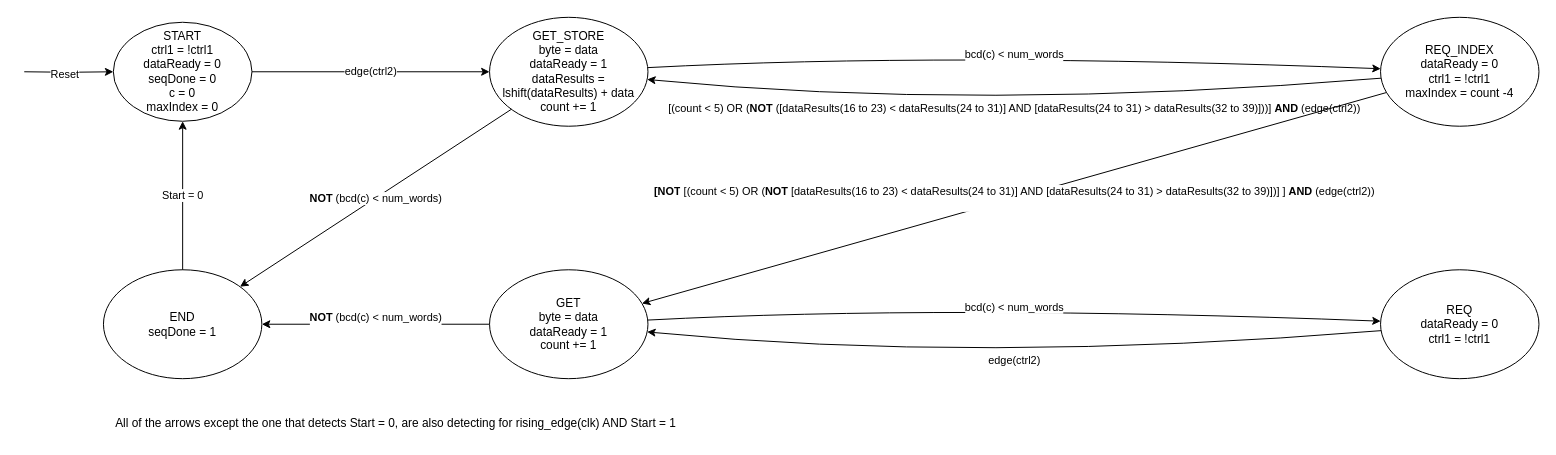
Above: Folder/FSM.drawio in OscarHdez103/DigProjFSM (draw.io), before the change. Source tidied: cells renumbered, new cells numbered last; positions are measured from the earlier drawing's top-left corner, leaving out a move shared by most shapes. Both pictures are drawn from the tidied source at 99%, with x=0, y=0 at pixel (24, 17).
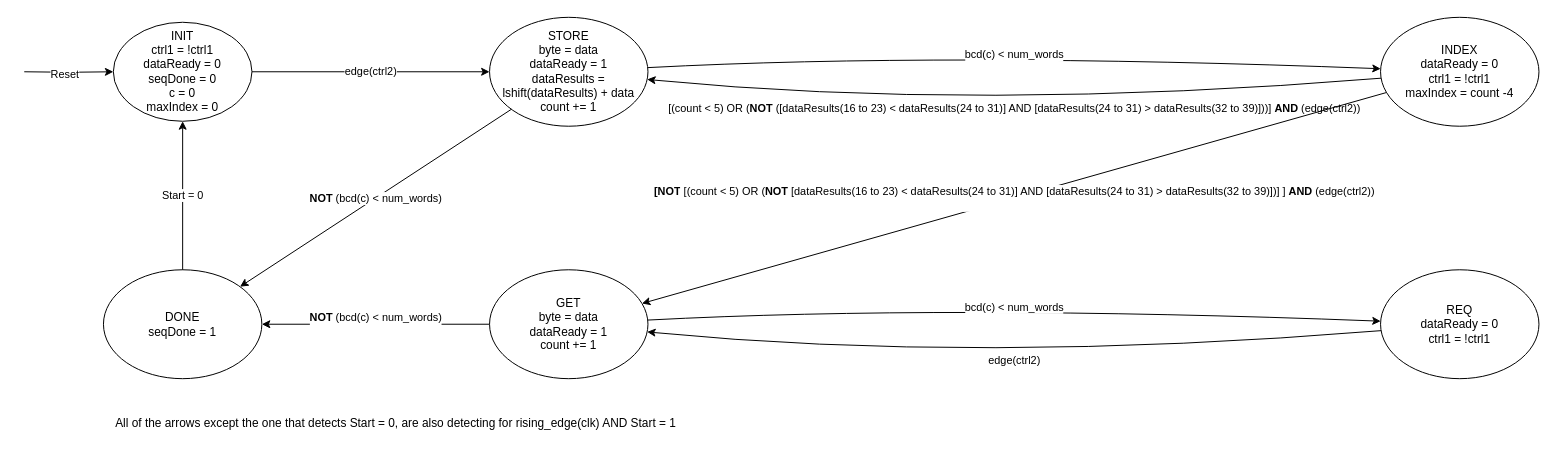
Above is the later version.

Commit message:
This is the lastest version!

What changed in the source:
```diff
@@
-    <mxCell id="3" value="START&lt;div&gt;ctrl1 = !ctrl1&lt;/div&gt;&lt;div&gt;dataReady = 0&lt;/div&gt;&lt;div&gt;seqDone = 0&lt;/div&gt;&lt;div&gt;c = 0&lt;/div&gt;&lt;div&gt;maxIndex = 0&lt;/div&gt;" style="ellipse;whiteSpace=wrap;html=1;" parent="1" vertex="1">
+    <mxCell id="3" value="INIT&lt;div&gt;ctrl1 = !ctrl1&lt;/div&gt;&lt;div&gt;dataReady = 0&lt;/div&gt;&lt;div&gt;seqDone = 0&lt;/div&gt;&lt;div&gt;c = 0&lt;/div&gt;&lt;div&gt;maxIndex = 0&lt;/div&gt;" style="ellipse;whiteSpace=wrap;html=1;" parent="1" vertex="1">
       <mxGeometry x="90" y="5" width="140" height="100" as="geometry" />
     </mxCell>
-    <mxCell id="4" value="&lt;div&gt;GET_STORE&lt;/div&gt;&lt;div&gt;byte = data&lt;/div&gt;&lt;div&gt;dataReady = 1&lt;/div&gt;&lt;div&gt;dataResults = lshift(dataResults) + data&lt;/div&gt;&lt;div&gt;count += 1&lt;/div&gt;" style="ellipse;whiteSpace=wrap;html=1;" parent="1" vertex="1">
+    <mxCell id="4" value="&lt;div&gt;STORE&lt;/div&gt;&lt;div&gt;byte = data&lt;/div&gt;&lt;div&gt;dataReady = 1&lt;/div&gt;&lt;div&gt;dataResults = lshift(dataResults) + data&lt;/div&gt;&lt;div&gt;count += 1&lt;/div&gt;" style="ellipse;whiteSpace=wrap;html=1;" parent="1" vertex="1">
       <mxGeometry x="470" width="160" height="110" as="geometry" />
     </mxCell>
-    <mxCell id="5" value="&lt;div&gt;REQ_INDEX&lt;/div&gt;&lt;div&gt;dataReady = 0&lt;/div&gt;&lt;div&gt;ctrl1 = !ctrl1&lt;/div&gt;&lt;div&gt;maxIndex = count -4&lt;/div&gt;" style="ellipse;whiteSpace=wrap;html=1;" parent="1" vertex="1">
+    <mxCell id="5" value="&lt;div&gt;&lt;span style=&quot;background-color: initial;&quot;&gt;INDEX&lt;/span&gt;&lt;/div&gt;&lt;div&gt;&lt;span style=&quot;background-color: initial;&quot;&gt;dataReady = 0&lt;/span&gt;&lt;br&gt;&lt;/div&gt;&lt;div&gt;ctrl1 = !ctrl1&lt;/div&gt;&lt;div&gt;maxIndex = count -4&lt;/div&gt;" style="ellipse;whiteSpace=wrap;html=1;" parent="1" vertex="1">
       <mxGeometry x="1370" width="160" height="110" as="geometry" />
     </mxCell>
@@
-    <mxCell id="16" value="&lt;div&gt;END&lt;/div&gt;&lt;div&gt;seqDone = 1&lt;/div&gt;" style="ellipse;whiteSpace=wrap;html=1;" parent="1" vertex="1">
+    <mxCell id="16" value="&lt;div&gt;&lt;span style=&quot;background-color: initial;&quot;&gt;DONE&lt;/span&gt;&lt;/div&gt;&lt;div&gt;&lt;span style=&quot;background-color: initial;&quot;&gt;seqDone = 1&lt;/span&gt;&lt;br&gt;&lt;/div&gt;" style="ellipse;whiteSpace=wrap;html=1;" parent="1" vertex="1">
       <mxGeometry x="80" y="255" width="160" height="110" as="geometry" />
     </mxCell>
```
